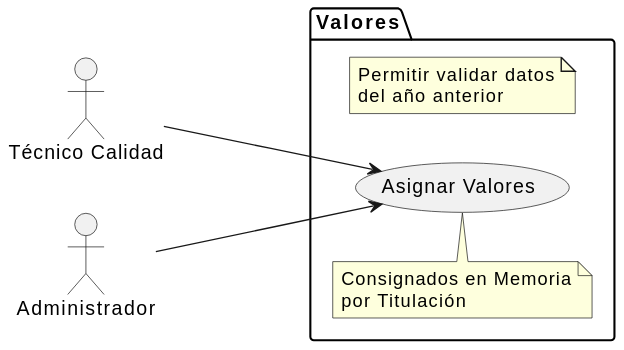
The PlantUML diagram images/modelosUML/CdU/Individuales/AsignarValores.svg in mmasias/24-25-IdSw1-SDR, before a commit. The source it was exported from:
```plantuml
@startuml
left to right direction

actor "Técnico Calidad" as tec
actor "Administrador" as admin

package "Valores" as valoresPackage {
    usecase "Asignar Valores" as asignarValores
    note top of asignarValores
        Consignados en Memoria
        por Titulación
    end note

    note "Permitir validar datos\ndel año anterior" as valoresDef
}

tec ---> asignarValores
admin ---> asignarValores
@enduml
```
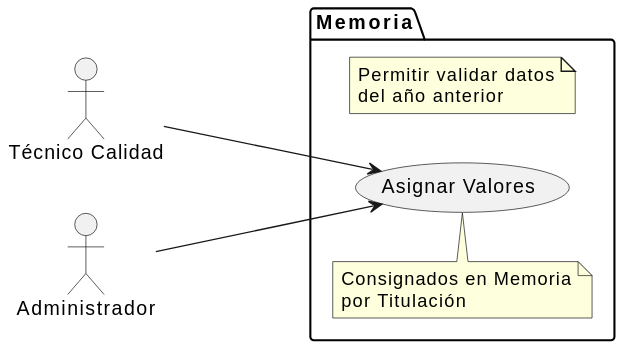
Later version of the same file.

The edit, as a diff of the source:
```diff
@@ -4,7 +4,7 @@
 actor "Técnico Calidad" as tec
 actor "Administrador" as admin
 
-package "Valores" as valoresPackage {
+package "Memoria" as valoresPackage {
     usecase "Asignar Valores" as asignarValores
     note top of asignarValores
         Consignados en Memoria
```
